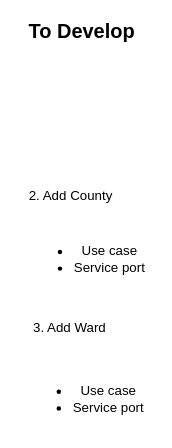
This is page "Development Process" (2 of 3) of teua-1-2.drawio from GitauSam/teua-1.2, a draw.io file, before an edit. Source tidied: cells renumbered, new cells numbered last; positions are measured from the earlier drawing's top-left corner, leaving out a move shared by most shapes. Both pictures are drawn from the tidied source at 111%, with x=0, y=0 at pixel (19, 20).
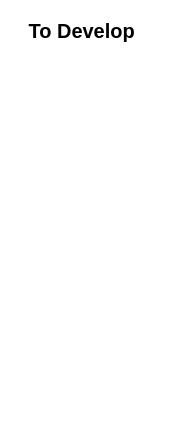
Above is the later version.

What changed in the source:
```diff
@@
 <mxGraphModel>
   <root>
     <mxCell id="0" />
     <mxCell id="1" parent="0" />
     <mxCell id="2" value="&lt;font style=&quot;font-size: 18px&quot;&gt;&lt;b&gt;To Develop&lt;/b&gt;&lt;/font&gt;" style="text;html=1;align=center;verticalAlign=middle;strokeColor=none;fillColor=none;" parent="1" vertex="1">
       <mxGeometry x="1" width="110" height="20" as="geometry" />
     </mxCell>
-    <mxCell id="3" value="&lt;font style=&quot;font-size: 12px&quot;&gt;2. Add County&lt;/font&gt;" style="text;html=1;align=center;verticalAlign=middle;strokeColor=none;fillColor=none;fontSize=18;" parent="1" vertex="1">
-      <mxGeometry x="1" y="141" width="90" height="30" as="geometry" />
-    </mxCell>
-    <mxCell id="4" value="&lt;ul&gt;&lt;li&gt;&lt;span&gt;Use case&lt;/span&gt;&lt;br&gt;&lt;/li&gt;&lt;li&gt;Service port&lt;/li&gt;&lt;/ul&gt;" style="text;html=1;align=center;verticalAlign=middle;strokeColor=none;fillColor=none;fontSize=12;" parent="1" vertex="1">
-      <mxGeometry x="1" y="185" width="120" height="60" as="geometry" />
-    </mxCell>
-    <mxCell id="5" value="&lt;font style=&quot;font-size: 12px&quot;&gt;3. Add Ward&lt;/font&gt;" style="text;html=1;align=center;verticalAlign=middle;strokeColor=none;fillColor=none;fontSize=18;" parent="1" vertex="1">
-      <mxGeometry x="5" y="260" width="80" height="30" as="geometry" />
-    </mxCell>
-    <mxCell id="6" value="&lt;div&gt;&lt;br&gt;&lt;/div&gt;&lt;ul&gt;&lt;li&gt;Use case&lt;/li&gt;&lt;li&gt;Service port&lt;/li&gt;&lt;/ul&gt;" style="text;html=1;align=center;verticalAlign=middle;strokeColor=none;fillColor=none;fontSize=12;" parent="1" vertex="1">
-      <mxGeometry y="299" width="120" height="70" as="geometry" />
-    </mxCell>
   </root>
 </mxGraphModel>
```
